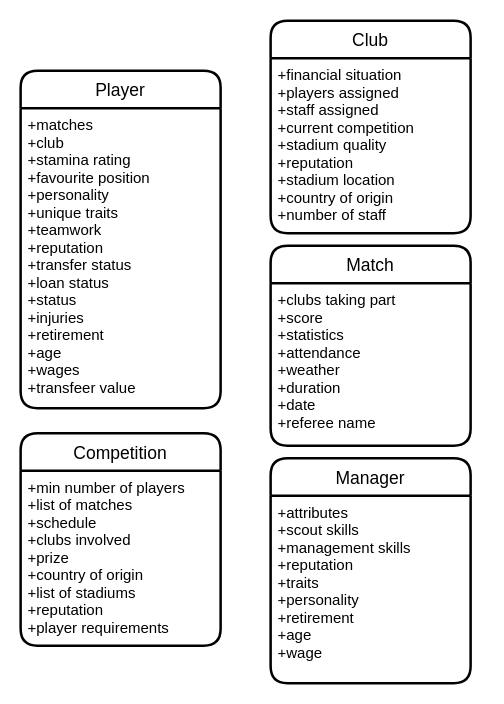
Earlier version of the draw.io diagram er-diagram/er-diagram.drawio (kuchyx/EDABA-LAB). Source tidied: cells renumbered, new cells numbered last; positions are measured from the earlier drawing's top-left corner, leaving out a move shared by most shapes. Both pictures are drawn from the tidied source at 125%, with x=0, y=0 at pixel (20, 20).
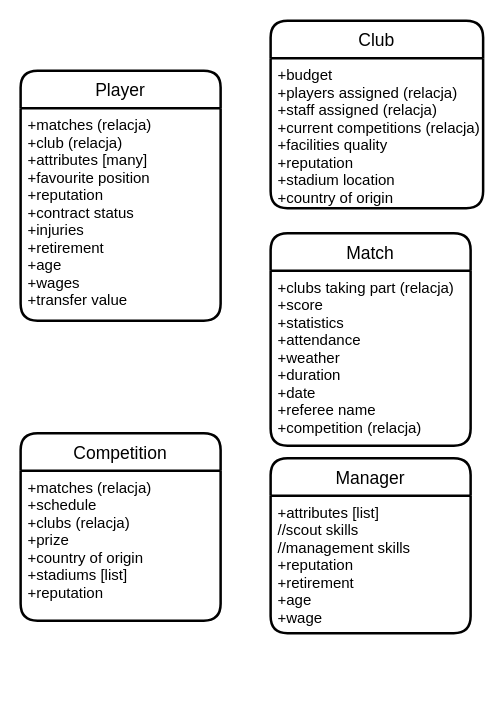
The same diagram, later.

The edit, as a diff of the source:
```diff
@@
 <mxGraphModel>
   <root>
     <mxCell id="0" />
     <mxCell id="1" parent="0" />
     <mxCell id="2" value="Player" style="swimlane;horizontal=1;startSize=30;rounded=1;fontSize=14;fontStyle=0;strokeWidth=2;shadow=0;dashed=0;align=center;" parent="1" vertex="1">
-      <mxGeometry y="40" width="160" height="270" as="geometry" />
+      <mxGeometry y="40" width="160" height="200" as="geometry" />
     </mxCell>
-    <mxCell id="3" value="+matches&#10;+club&#10;+stamina rating&#10;+favourite position&#10;+personality&#10;+unique traits&#10;+teamwork&#10;+reputation&#10;+transfer status&#10;+loan status&#10;+status&#10;+injuries&#10;+retirement&#10;+age&#10;+wages&#10;+transfeer value" style="align=left;strokeColor=none;fillColor=none;spacingLeft=4;fontSize=12;verticalAlign=top;" parent="2" vertex="1">
-      <mxGeometry y="30" width="160" height="240" as="geometry" />
+    <mxCell id="3" value="+matches (relacja)&#10;+club (relacja)&#10;+attributes [many] &#10;+favourite position&#10;+reputation&#10;+contract status&#10;+injuries&#10;+retirement&#10;+age&#10;+wages&#10;+transfer value" style="align=left;strokeColor=none;fillColor=none;spacingLeft=4;fontSize=12;verticalAlign=top;" parent="2" vertex="1">
+      <mxGeometry y="30" width="160" height="170" as="geometry" />
     </mxCell>
     <mxCell id="4" value="Club" style="swimlane;horizontal=1;startSize=30;rounded=1;fontSize=14;fontStyle=0;strokeWidth=2;shadow=0;dashed=0;align=center;" parent="1" vertex="1">
-      <mxGeometry x="200" width="160" height="170" as="geometry" />
+      <mxGeometry x="200" width="170" height="150" as="geometry" />
     </mxCell>
-    <mxCell id="5" value="+financial situation&#10;+players assigned&#10;+staff assigned&#10;+current competition&#10;+stadium quality&#10;+reputation&#10;+stadium location&#10;+country of origin&#10;+number of staff" style="align=left;strokeColor=none;fillColor=none;spacingLeft=4;fontSize=12;verticalAlign=top;" parent="4" vertex="1">
-      <mxGeometry y="30" width="160" height="140" as="geometry" />
+    <mxCell id="5" value="+budget&#10;+players assigned (relacja)&#10;+staff assigned (relacja)&#10;+current competitions (relacja)&#10;+facilities quality&#10;+reputation&#10;+stadium location&#10;+country of origin" style="align=left;strokeColor=none;fillColor=none;spacingLeft=4;fontSize=12;verticalAlign=top;" parent="4" vertex="1">
+      <mxGeometry y="30" width="170" height="120" as="geometry" />
     </mxCell>
     <mxCell id="6" value="Match" style="swimlane;horizontal=1;startSize=30;rounded=1;fontSize=14;fontStyle=0;strokeWidth=2;shadow=0;dashed=0;align=center;" parent="1" vertex="1">
-      <mxGeometry x="200" y="180" width="160" height="160" as="geometry" />
+      <mxGeometry x="200" y="170" width="160" height="170" as="geometry" />
     </mxCell>
-    <mxCell id="7" value="+clubs taking part&#10;+score&#10;+statistics&#10;+attendance&#10;+weather&#10;+duration&#10;+date&#10;+referee name" style="align=left;strokeColor=none;fillColor=none;spacingLeft=4;fontSize=12;verticalAlign=top;" parent="6" vertex="1">
-      <mxGeometry y="30" width="160" height="130" as="geometry" />
+    <mxCell id="7" value="+clubs taking part (relacja)&#10;+score&#10;+statistics&#10;+attendance&#10;+weather&#10;+duration&#10;+date&#10;+referee name&#10;+competition (relacja)" style="align=left;strokeColor=none;fillColor=none;spacingLeft=4;fontSize=12;verticalAlign=top;" parent="6" vertex="1">
+      <mxGeometry y="30" width="160" height="140" as="geometry" />
     </mxCell>
     <mxCell id="8" value="Manager" style="swimlane;horizontal=1;startSize=30;rounded=1;fontSize=14;fontStyle=0;strokeWidth=2;shadow=0;dashed=0;align=center;" parent="1" vertex="1">
-      <mxGeometry x="200" y="350" width="160" height="180" as="geometry" />
+      <mxGeometry x="200" y="350" width="160" height="140" as="geometry" />
     </mxCell>
-    <mxCell id="9" value="+attributes&#10;+scout skills&#10;+management skills&#10;+reputation&#10;+traits&#10;+personality&#10;+retirement&#10;+age&#10;+wage" style="align=left;strokeColor=none;fillColor=none;spacingLeft=4;fontSize=12;verticalAlign=top;" parent="8" vertex="1">
-      <mxGeometry y="30" width="160" height="150" as="geometry" />
+    <mxCell id="9" value="+attributes [list]&#10;//scout skills&#10;//management skills&#10;+reputation&#10;+retirement&#10;+age&#10;+wage" style="align=left;strokeColor=none;fillColor=none;spacingLeft=4;fontSize=12;verticalAlign=top;" parent="8" vertex="1">
+      <mxGeometry y="30" width="160" height="110" as="geometry" />
     </mxCell>
     <mxCell id="10" value="Competition" style="swimlane;horizontal=1;startSize=30;rounded=1;fontSize=14;fontStyle=0;strokeWidth=2;shadow=0;dashed=0;align=center;" parent="1" vertex="1">
-      <mxGeometry y="330" width="160" height="170" as="geometry" />
+      <mxGeometry y="330" width="160" height="150" as="geometry" />
     </mxCell>
-    <mxCell id="11" value="+min number of players&#10;+list of matches&#10;+schedule&#10;+clubs involved&#10;+prize&#10;+country of origin&#10;+list of stadiums&#10;+reputation&#10;+player requirements" style="align=left;strokeColor=none;fillColor=none;spacingLeft=4;fontSize=12;verticalAlign=top;" parent="10" vertex="1">
-      <mxGeometry y="30" width="160" height="140" as="geometry" />
+    <mxCell id="11" value="+matches (relacja)&#10;+schedule&#10;+clubs (relacja)&#10;+prize&#10;+country of origin&#10;+stadiums [list]&#10;+reputation" style="align=left;strokeColor=none;fillColor=none;spacingLeft=4;fontSize=12;verticalAlign=top;" parent="10" vertex="1">
+      <mxGeometry y="30" width="160" height="120" as="geometry" />
     </mxCell>
   </root>
 </mxGraphModel>
```
